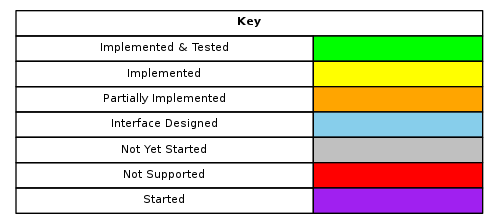
Aeronavics/ValleyForge keeps this Graphviz diagram as doc/zim-valleyforge/HAL/img/support-key.png. Above is the earlier version. Its source is kept beside it as doc/zim-valleyforge/HAL/img/support-key.dot.
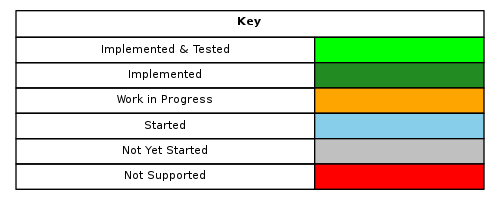
After the change.

Commit message:
Updated HAL/target documentation, improved colours/labels for support table, updated support table.

What changed in the source:
```diff
@@ -6,12 +6,11 @@
 
 <tr><td colspan="2" width="350"><b>Key</b></td></tr>
 <tr><td>Implemented &amp; Tested</td><td bgcolor="green"></td></tr>
-<tr><td>Implemented</td><td bgcolor="yellow"></td></tr>
-<tr><td>Partially Implemented</td><td bgcolor="orange"></td></tr>
-<tr><td>Interface Designed</td><td bgcolor="skyblue"></td></tr>
+<tr><td>Implemented</td><td bgcolor="forestgreen"></td></tr>
+<tr><td>Work in Progress</td><td bgcolor="orange"></td></tr>
+<tr><td>Started</td><td bgcolor="skyblue"></td></tr>
 <tr><td>Not Yet Started</td><td bgcolor="gray"></td></tr>
 <tr><td>Not Supported</td><td bgcolor="red"></td></tr>
-<tr><td>Started</td><td bgcolor="purple"></td></tr>
 </TABLE>
 </FONT>
 >];
```
